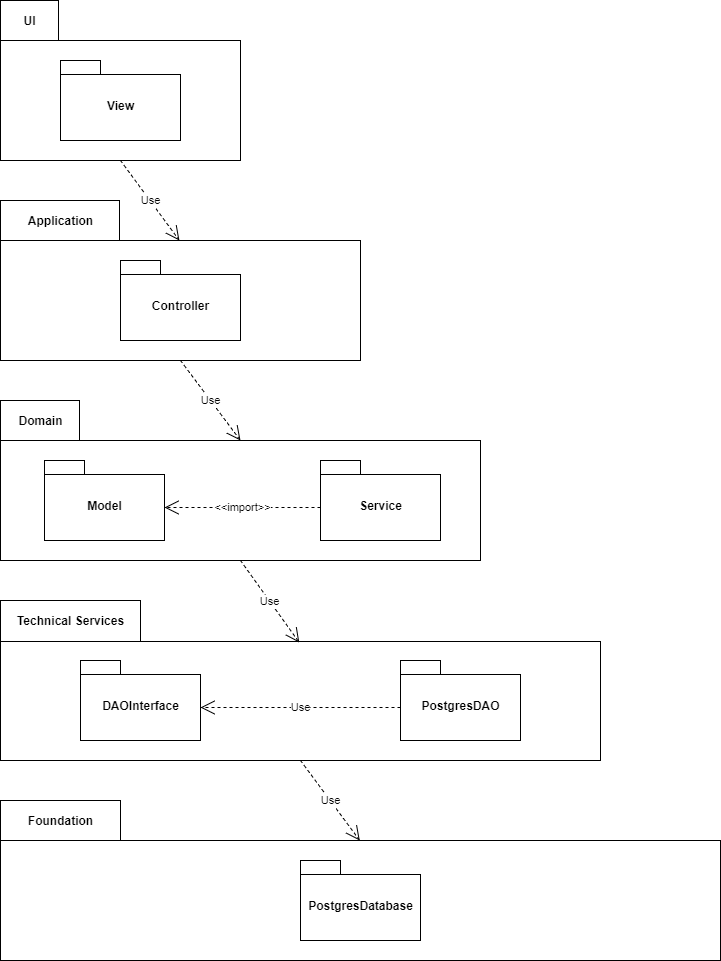
UnimibSoftEngCourse1920/progetto-aste-2-gruppo-aste-2 keeps this draw.io diagram as Documentazione/Progettazione/Software Architecture Diagram/Software Architecture Diagram.png. Above is the earlier version. Source tidied: cells renumbered, new cells last; positions are measured from the earlier drawing's top-left corner, leaving out a move shared by most shapes. Its diagram source:
```xml
<mxGraphModel>
  <root>
    <mxCell id="0" />
    <mxCell id="1" parent="0" />
    <mxCell id="2" style="shape=folder;fontStyle=1;spacingTop=10;tabWidth=58;tabHeight=40;tabPosition=left;html=1;" parent="1" vertex="1">
      <mxGeometry width="240" height="160" as="geometry" />
    </mxCell>
    <mxCell id="3" style="shape=folder;fontStyle=1;spacingTop=10;tabWidth=79;tabHeight=40;tabPosition=left;html=1;" parent="1" vertex="1">
      <mxGeometry y="400" width="480" height="160" as="geometry" />
    </mxCell>
    <mxCell id="4" style="shape=folder;fontStyle=1;spacingTop=10;tabWidth=120;tabHeight=40;tabPosition=left;html=1;" parent="1" vertex="1">
      <mxGeometry y="800" width="720" height="160" as="geometry" />
    </mxCell>
    <mxCell id="5" style="shape=folder;fontStyle=1;spacingTop=10;tabWidth=140;tabHeight=41;tabPosition=left;html=1;" parent="1" vertex="1">
      <mxGeometry y="600" width="600" height="160" as="geometry" />
    </mxCell>
    <mxCell id="6" style="shape=folder;fontStyle=1;spacingTop=10;tabWidth=119;tabHeight=40;tabPosition=left;html=1;" parent="1" vertex="1">
      <mxGeometry y="200" width="360" height="160" as="geometry" />
    </mxCell>
    <mxCell id="7" value="UI" style="text;html=1;align=center;verticalAlign=middle;fontStyle=1;" parent="1" vertex="1">
      <mxGeometry x="14" y="10" width="30" height="20" as="geometry" />
    </mxCell>
    <mxCell id="8" value="Application" style="text;html=1;align=center;verticalAlign=middle;fontStyle=1;" parent="1" vertex="1">
      <mxGeometry x="20" y="210" width="80" height="20" as="geometry" />
    </mxCell>
    <mxCell id="9" value="Domain" style="text;html=1;align=center;verticalAlign=middle;fontStyle=1;" parent="1" vertex="1">
      <mxGeometry x="10" y="410" width="60" height="20" as="geometry" />
    </mxCell>
    <mxCell id="10" value="Technical Services" style="text;html=1;align=center;verticalAlign=middle;fontStyle=1;" parent="1" vertex="1">
      <mxGeometry x="10" y="610" width="120" height="20" as="geometry" />
    </mxCell>
    <mxCell id="11" value="Foundation" style="text;html=1;align=center;verticalAlign=middle;fontStyle=1;" parent="1" vertex="1">
      <mxGeometry x="20" y="810" width="80" height="20" as="geometry" />
    </mxCell>
    <mxCell id="12" value="Controller" style="shape=folder;fontStyle=1;spacingTop=10;tabWidth=40;tabHeight=14;tabPosition=left;html=1;" parent="1" vertex="1">
      <mxGeometry x="120" y="260" width="120" height="80" as="geometry" />
    </mxCell>
    <mxCell id="13" value="Use" style="endArrow=open;endSize=12;dashed=1;html=1;entryX=0.497;entryY=0.25;entryDx=0;entryDy=0;entryPerimeter=0;exitX=0.5;exitY=1;exitDx=0;exitDy=0;exitPerimeter=0;" parent="1" edge="1" source="2" target="6">
      <mxGeometry relative="1" as="geometry" />
    </mxCell>
    <mxCell id="14" value="Use" style="endArrow=open;endSize=12;dashed=1;html=1;entryX=0.5;entryY=0.25;entryDx=0;entryDy=0;entryPerimeter=0;exitX=0.5;exitY=1;exitDx=0;exitDy=0;exitPerimeter=0;" parent="1" edge="1" source="6" target="3">
      <mxGeometry relative="1" as="geometry" />
    </mxCell>
    <mxCell id="15" value="Use" style="endArrow=open;endSize=12;dashed=1;html=1;entryX=0.498;entryY=0.263;entryDx=0;entryDy=0;entryPerimeter=0;exitX=0.5;exitY=1;exitDx=0;exitDy=0;exitPerimeter=0;" parent="1" edge="1" source="3" target="5">
      <mxGeometry relative="1" as="geometry" />
    </mxCell>
    <mxCell id="16" value="Use" style="endArrow=open;endSize=12;dashed=1;html=1;entryX=0.499;entryY=0.25;entryDx=0;entryDy=0;entryPerimeter=0;exitX=0.5;exitY=1;exitDx=0;exitDy=0;exitPerimeter=0;" parent="1" edge="1" source="5" target="4">
      <mxGeometry relative="1" as="geometry" />
    </mxCell>
    <mxCell id="17" value="Model" style="shape=folder;fontStyle=1;spacingTop=10;tabWidth=40;tabHeight=14;tabPosition=left;html=1;" parent="1" vertex="1">
      <mxGeometry x="44" y="460" width="120" height="80" as="geometry" />
    </mxCell>
    <mxCell id="18" value="View" style="shape=folder;fontStyle=1;spacingTop=10;tabWidth=40;tabHeight=14;tabPosition=left;html=1;" parent="1" vertex="1">
      <mxGeometry x="60" y="60" width="120" height="80" as="geometry" />
    </mxCell>
    <mxCell id="19" value="Service" style="shape=folder;fontStyle=1;spacingTop=10;tabWidth=40;tabHeight=14;tabPosition=left;html=1;" parent="1" vertex="1">
      <mxGeometry x="320" y="460" width="120" height="80" as="geometry" />
    </mxCell>
    <mxCell id="20" value="PostgresDatabase" style="shape=folder;fontStyle=1;spacingTop=10;tabWidth=40;tabHeight=14;tabPosition=left;html=1;" parent="1" vertex="1">
      <mxGeometry x="300" y="860" width="120" height="80" as="geometry" />
    </mxCell>
    <mxCell id="21" value="DAOInterface" style="shape=folder;fontStyle=1;spacingTop=10;tabWidth=40;tabHeight=14;tabPosition=left;html=1;" parent="1" vertex="1">
      <mxGeometry x="80" y="660" width="120" height="80" as="geometry" />
    </mxCell>
    <mxCell id="22" value="&amp;lt;&amp;lt;import&amp;gt;&amp;gt;" style="endArrow=open;endSize=12;dashed=1;html=1;exitX=0;exitY=0;exitDx=0;exitDy=47;exitPerimeter=0;entryX=0;entryY=0;entryDx=120;entryDy=47;entryPerimeter=0;" parent="1" edge="1" source="19" target="17">
      <mxGeometry relative="1" as="geometry" />
    </mxCell>
    <mxCell id="23" value="PostgresDAO" style="shape=folder;fontStyle=1;spacingTop=10;tabWidth=40;tabHeight=14;tabPosition=left;html=1;" parent="1" vertex="1">
      <mxGeometry x="400" y="660" width="120" height="80" as="geometry" />
    </mxCell>
    <mxCell id="24" value="Use" style="endArrow=open;endSize=12;dashed=1;html=1;exitX=0;exitY=0;exitDx=0;exitDy=47;exitPerimeter=0;entryX=0;entryY=0;entryDx=120;entryDy=47;entryPerimeter=0;" parent="1" edge="1" source="23" target="21">
      <mxGeometry relative="1" as="geometry" />
    </mxCell>
  </root>
</mxGraphModel>
```
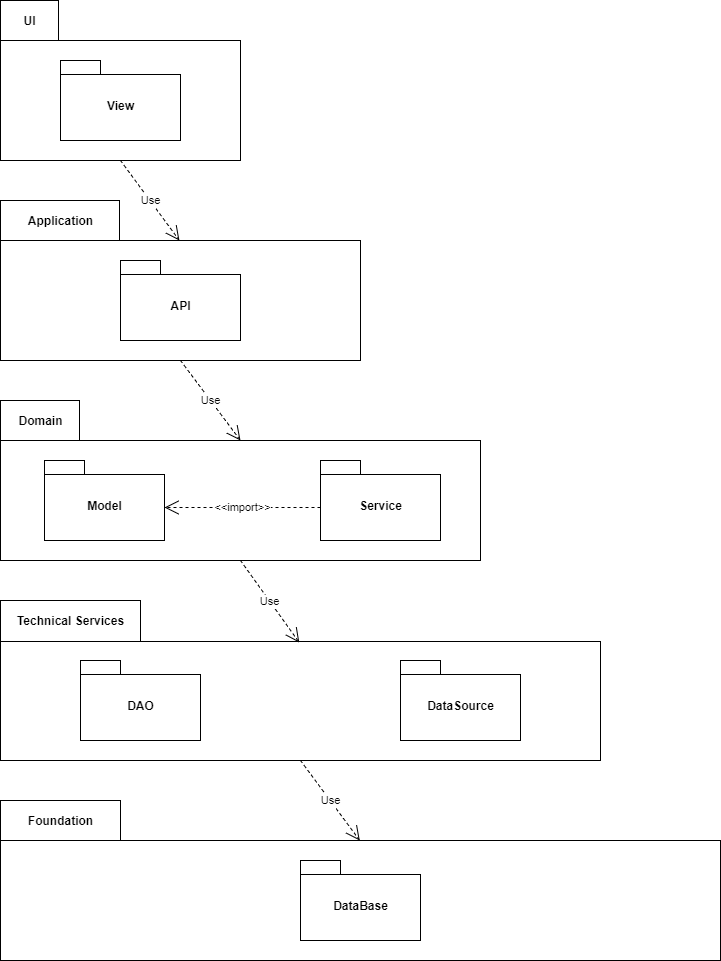
After the change.

Commit message:
Updated Software Architecture Diagram

Diff of the diagram source:
```diff
@@ -32,7 +32,7 @@
     <mxCell id="11" value="Foundation" style="text;html=1;align=center;verticalAlign=middle;fontStyle=1;" parent="1" vertex="1">
       <mxGeometry x="20" y="810" width="80" height="20" as="geometry" />
     </mxCell>
-    <mxCell id="12" value="Controller" style="shape=folder;fontStyle=1;spacingTop=10;tabWidth=40;tabHeight=14;tabPosition=left;html=1;" parent="1" vertex="1">
+    <mxCell id="12" value="API" style="shape=folder;fontStyle=1;spacingTop=10;tabWidth=40;tabHeight=14;tabPosition=left;html=1;" parent="1" vertex="1">
       <mxGeometry x="120" y="260" width="120" height="80" as="geometry" />
     </mxCell>
     <mxCell id="13" value="Use" style="endArrow=open;endSize=12;dashed=1;html=1;entryX=0.497;entryY=0.25;entryDx=0;entryDy=0;entryPerimeter=0;exitX=0.5;exitY=1;exitDx=0;exitDy=0;exitPerimeter=0;" parent="1" edge="1" source="2" target="6">
@@ -56,20 +56,17 @@
     <mxCell id="19" value="Service" style="shape=folder;fontStyle=1;spacingTop=10;tabWidth=40;tabHeight=14;tabPosition=left;html=1;" parent="1" vertex="1">
       <mxGeometry x="320" y="460" width="120" height="80" as="geometry" />
     </mxCell>
-    <mxCell id="20" value="PostgresDatabase" style="shape=folder;fontStyle=1;spacingTop=10;tabWidth=40;tabHeight=14;tabPosition=left;html=1;" parent="1" vertex="1">
+    <mxCell id="20" value="DataBase" style="shape=folder;fontStyle=1;spacingTop=10;tabWidth=40;tabHeight=14;tabPosition=left;html=1;" parent="1" vertex="1">
       <mxGeometry x="300" y="860" width="120" height="80" as="geometry" />
     </mxCell>
-    <mxCell id="21" value="DAOInterface" style="shape=folder;fontStyle=1;spacingTop=10;tabWidth=40;tabHeight=14;tabPosition=left;html=1;" parent="1" vertex="1">
-      <mxGeometry x="80" y="660" width="120" height="80" as="geometry" />
-    </mxCell>
     <mxCell id="22" value="&amp;lt;&amp;lt;import&amp;gt;&amp;gt;" style="endArrow=open;endSize=12;dashed=1;html=1;exitX=0;exitY=0;exitDx=0;exitDy=47;exitPerimeter=0;entryX=0;entryY=0;entryDx=120;entryDy=47;entryPerimeter=0;" parent="1" edge="1" source="19" target="17">
       <mxGeometry relative="1" as="geometry" />
     </mxCell>
-    <mxCell id="23" value="PostgresDAO" style="shape=folder;fontStyle=1;spacingTop=10;tabWidth=40;tabHeight=14;tabPosition=left;html=1;" parent="1" vertex="1">
-      <mxGeometry x="400" y="660" width="120" height="80" as="geometry" />
+    <mxCell id="23" value="DAO" style="shape=folder;fontStyle=1;spacingTop=10;tabWidth=40;tabHeight=14;tabPosition=left;html=1;" parent="1" vertex="1">
+      <mxGeometry x="80" y="660" width="120" height="80" as="geometry" />
     </mxCell>
-    <mxCell id="24" value="Use" style="endArrow=open;endSize=12;dashed=1;html=1;exitX=0;exitY=0;exitDx=0;exitDy=47;exitPerimeter=0;entryX=0;entryY=0;entryDx=120;entryDy=47;entryPerimeter=0;" parent="1" edge="1" source="23" target="21">
-      <mxGeometry relative="1" as="geometry" />
-    </mxCell>
+    <mxCell id="25" value="DataSource" style="shape=folder;fontStyle=1;spacingTop=10;tabWidth=40;tabHeight=14;tabPosition=left;html=1;" parent="1" vertex="1">
+      <mxGeometry x="400" y="660" width="120" height="80" as="geometry" />
+    </mxCell>
   </root>
 </mxGraphModel>
```
